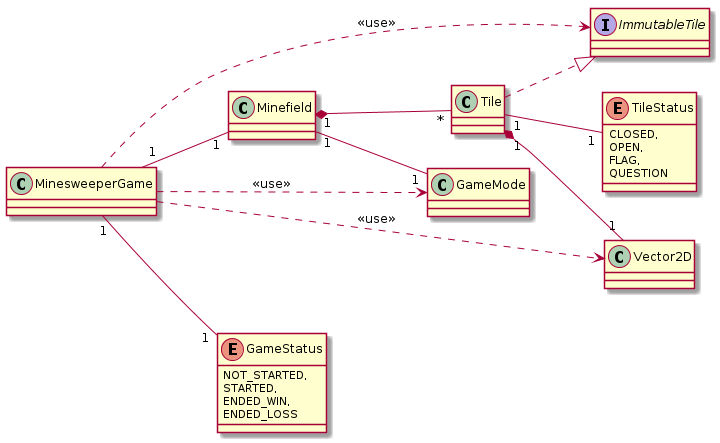
Above: dokumentaatio/luokkakaavio.png in MatiasLyyra/Minesweeper (PlantUML), before the change.
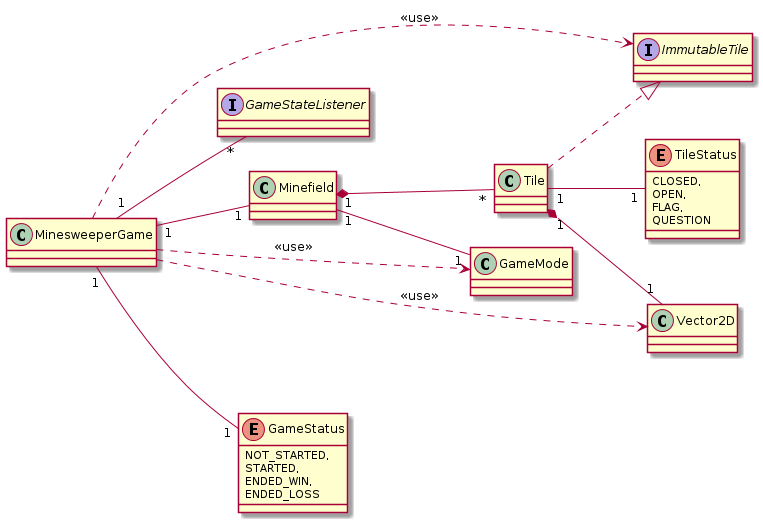
Later version of the same file.

Change to the diagram source:
```diff
@@ -1,6 +1,7 @@
 @startuml
 left to right direction
 Interface ImmutableTile
+Interface GameStateListener
 Class Minefield
 Class MinesweeperGame
 Class Tile
@@ -28,4 +29,5 @@
 MinesweeperGame ..> ImmutableTile : <<use>>
 MinesweeperGame ..> Vector2D : <<use>>
 MinesweeperGame "1" -- "1" GameStatus
+MinesweeperGame "1" -- "*" GameStateListener
 @enduml
```
